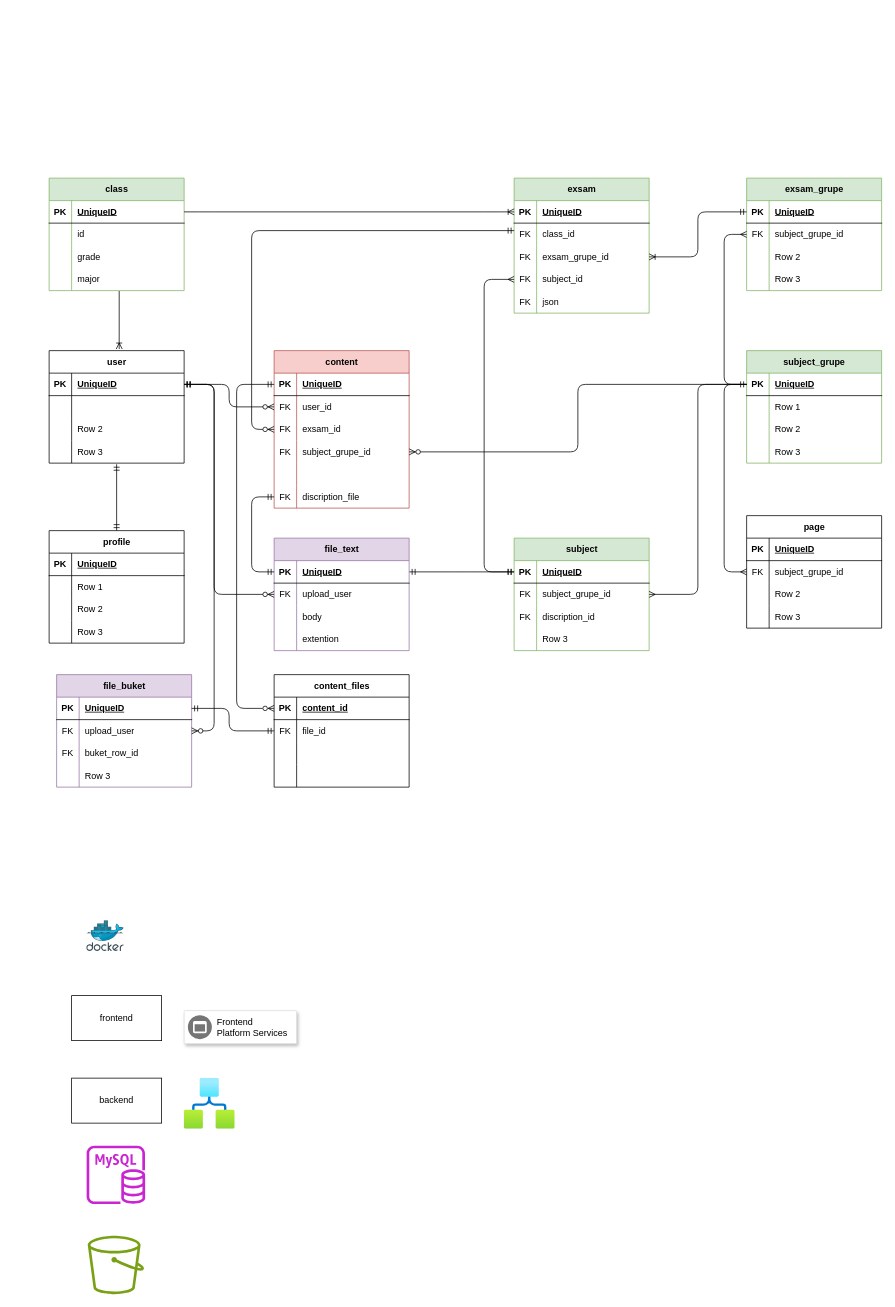
ren255/ResoHub keeps this draw.io diagram as backend/docs/QE.dio. Above is the earlier version. Source tidied: cells renumbered, new cells numbered last; positions are measured from the earlier drawing's top-left corner, leaving out a move shared by most shapes. Both pictures are drawn from the tidied source at 75%, with x=0, y=0 at pixel (49, 178).
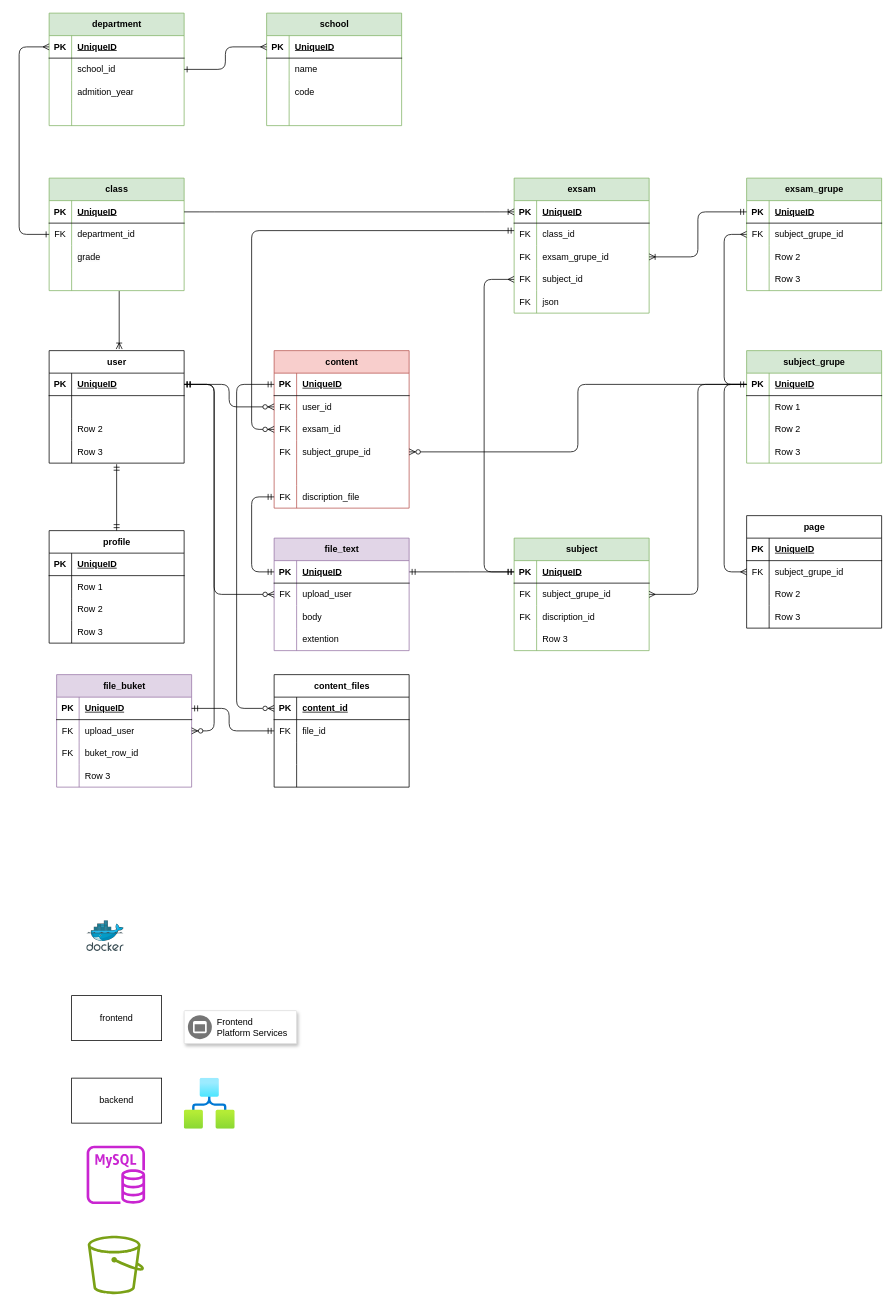
The same page after the edit.

The change refers to these unchanged cells:
```xml
<mxCell id="12" style="shape=tableRow;horizontal=0;startSize=0;swimlaneHead=0;swimlaneBody=0;fillColor=none;points=[[0,0.5],[1,0.5]];portConstraint=eastwest;top=0;left=0;right=0;bottom=0;" parent="8" vertex="1">
  <mxGeometry y="60" width="180" height="30" as="geometry" />
</mxCell>
<mxCell id="15" style="shape=tableRow;horizontal=0;startSize=0;swimlaneHead=0;swimlaneBody=0;fillColor=none;top=0;left=0;right=0;bottom=0;" parent="8" vertex="1">
  <mxGeometry y="90" width="180" height="30" as="geometry" />
</mxCell>
<mxCell id="18" style="shape=tableRow;horizontal=0;startSize=0;swimlaneHead=0;swimlaneBody=0;fillColor=none;points=[[0,0.5],[1,0.5]];portConstraint=eastwest;top=0;left=0;right=0;bottom=0;" parent="8" vertex="1">
  <mxGeometry y="120" width="180" height="30" as="geometry" />
</mxCell>
```

The edit, as a diff of the source:
```diff
@@
-    <mxCell id="13" style="shape=partialRectangle;fillColor=none;top=0;left=0;bottom=0;right=0;overflow=hidden;whiteSpace=wrap;html=1;" parent="12" vertex="1">
+    <mxCell id="13" value="FK" style="shape=partialRectangle;fillColor=none;top=0;left=0;bottom=0;right=0;overflow=hidden;whiteSpace=wrap;html=1;" parent="12" vertex="1">
       <mxGeometry width="30" height="30" as="geometry" />
     </mxCell>
-    <mxCell id="14" value="id" style="shape=partialRectangle;fillColor=none;top=0;left=0;bottom=0;right=0;align=left;spacingLeft=6;overflow=hidden;whiteSpace=wrap;html=1;" parent="12" vertex="1">
+    <mxCell id="14" value="&lt;span style=&quot;color: rgb(0, 0, 0);&quot;&gt;department_id&lt;/span&gt;" style="shape=partialRectangle;fillColor=none;top=0;left=0;bottom=0;right=0;align=left;spacingLeft=6;overflow=hidden;whiteSpace=wrap;html=1;" parent="12" vertex="1">
       <mxGeometry x="30" width="150" height="30" as="geometry" />
     </mxCell>
@@
-    <mxCell id="17" value="grade" style="shape=partialRectangle;fillColor=none;top=0;left=0;bottom=0;right=0;align=left;spacingLeft=6;overflow=hidden;whiteSpace=wrap;html=1;" parent="15" vertex="1">
+    <mxCell id="17" value="&lt;span style=&quot;color: rgb(0, 0, 0); font-family: Helvetica; font-size: 12px; font-style: normal; font-variant-ligatures: normal; font-variant-caps: normal; font-weight: 400; letter-spacing: normal; orphans: 2; text-align: left; text-indent: 0px; text-transform: none; widows: 2; word-spacing: 0px; -webkit-text-stroke-width: 0px; white-space: normal; background-color: rgb(251, 251, 251); text-decoration-thickness: initial; text-decoration-style: initial; text-decoration-color: initial; display: inline !important; float: none;&quot;&gt;grade&lt;/span&gt;" style="shape=partialRectangle;fillColor=none;top=0;left=0;bottom=0;right=0;align=left;spacingLeft=6;overflow=hidden;whiteSpace=wrap;html=1;" parent="15" vertex="1">
       <mxGeometry x="30" width="150" height="30" as="geometry" />
     </mxCell>
@@
-    <mxCell id="20" value="major" style="shape=partialRectangle;fillColor=none;top=0;left=0;bottom=0;right=0;align=left;spacingLeft=6;overflow=hidden;whiteSpace=wrap;html=1;" parent="18" vertex="1">
+    <mxCell id="20" style="shape=partialRectangle;fillColor=none;top=0;left=0;bottom=0;right=0;align=left;spacingLeft=6;overflow=hidden;whiteSpace=wrap;html=1;" parent="18" vertex="1">
       <mxGeometry x="30" width="150" height="30" as="geometry" />
     </mxCell>
@@
+    <mxCell id="193" value="department" style="shape=table;startSize=30;childLayout=tableLayout;rowLines=0;fontStyle=1;align=center;html=1;fillColor=#d5e8d4;strokeColor=#82b366;" parent="1" vertex="1">
+      <mxGeometry y="-220" width="180" height="150" as="geometry" />
+    </mxCell>
+    <mxCell id="194" style="shape=tableRow;horizontal=0;startSize=0;swimlaneHead=0;swimlaneBody=0;fillColor=none;points=[[0,0.5],[1,0.5]];portConstraint=eastwest;top=0;left=0;right=0;bottom=1;" parent="193" vertex="1">
+      <mxGeometry y="30" width="180" height="30" as="geometry" />
+    </mxCell>
+    <mxCell id="195" value="PK" style="shape=partialRectangle;fillColor=none;top=0;left=0;bottom=0;right=0;fontStyle=1;overflow=hidden;whiteSpace=wrap;html=1;" parent="194" vertex="1">
+      <mxGeometry width="30" height="30" as="geometry" />
+    </mxCell>
+    <mxCell id="196" value="UniqueID" style="shape=partialRectangle;fillColor=none;top=0;left=0;bottom=0;right=0;align=left;spacingLeft=6;fontStyle=5;overflow=hidden;whiteSpace=wrap;html=1;" parent="194" vertex="1">
+      <mxGeometry x="30" width="150" height="30" as="geometry" />
+    </mxCell>
+    <mxCell id="197" style="shape=tableRow;horizontal=0;startSize=0;swimlaneHead=0;swimlaneBody=0;fillColor=none;points=[[0,0.5],[1,0.5]];portConstraint=eastwest;top=0;left=0;right=0;bottom=0;" parent="193" vertex="1">
+      <mxGeometry y="60" width="180" height="30" as="geometry" />
+    </mxCell>
+    <mxCell id="198" style="shape=partialRectangle;fillColor=none;top=0;left=0;bottom=0;right=0;overflow=hidden;whiteSpace=wrap;html=1;" parent="197" vertex="1">
+      <mxGeometry width="30" height="30" as="geometry" />
+    </mxCell>
+    <mxCell id="199" value="school_id" style="shape=partialRectangle;fillColor=none;top=0;left=0;bottom=0;right=0;align=left;spacingLeft=6;overflow=hidden;whiteSpace=wrap;html=1;" parent="197" vertex="1">
+      <mxGeometry x="30" width="150" height="30" as="geometry" />
+    </mxCell>
+    <mxCell id="200" style="shape=tableRow;horizontal=0;startSize=0;swimlaneHead=0;swimlaneBody=0;fillColor=none;top=0;left=0;right=0;bottom=0;" parent="193" vertex="1">
+      <mxGeometry y="90" width="180" height="30" as="geometry" />
+    </mxCell>
+    <mxCell id="201" style="shape=partialRectangle;fillColor=none;top=0;left=0;bottom=0;right=0;overflow=hidden;whiteSpace=wrap;html=1;" parent="200" vertex="1">
+      <mxGeometry width="30" height="30" as="geometry" />
+    </mxCell>
+    <mxCell id="202" value="admition_year" style="shape=partialRectangle;fillColor=none;top=0;left=0;bottom=0;right=0;align=left;spacingLeft=6;overflow=hidden;whiteSpace=wrap;html=1;" parent="200" vertex="1">
+      <mxGeometry x="30" width="150" height="30" as="geometry" />
+    </mxCell>
+    <mxCell id="203" style="shape=tableRow;horizontal=0;startSize=0;swimlaneHead=0;swimlaneBody=0;fillColor=none;top=0;left=0;right=0;bottom=0;" parent="193" vertex="1">
+      <mxGeometry y="120" width="180" height="30" as="geometry" />
+    </mxCell>
+    <mxCell id="204" style="shape=partialRectangle;fillColor=none;top=0;left=0;bottom=0;right=0;overflow=hidden;whiteSpace=wrap;html=1;" parent="203" vertex="1">
+      <mxGeometry width="30" height="30" as="geometry" />
+    </mxCell>
+    <mxCell id="205" style="shape=partialRectangle;fillColor=none;top=0;left=0;bottom=0;right=0;align=left;spacingLeft=6;overflow=hidden;whiteSpace=wrap;html=1;" parent="203" vertex="1">
+      <mxGeometry x="30" width="150" height="30" as="geometry" />
+    </mxCell>
+    <mxCell id="206" style="edgeStyle=elbowEdgeStyle;html=1;exitX=0;exitY=0.5;exitDx=0;exitDy=0;entryX=0;entryY=0.5;entryDx=0;entryDy=0;startArrow=ERone;startFill=0;endArrow=ERmany;endFill=0;" parent="1" edge="1" source="12" target="194">
+      <mxGeometry relative="1" as="geometry">
+        <Array as="points">
+          <mxPoint x="-40" y="-60" />
+        </Array>
+      </mxGeometry>
+    </mxCell>
+    <mxCell id="207" value="school" style="shape=table;startSize=30;childLayout=tableLayout;rowLines=0;fontStyle=1;align=center;html=1;fillColor=#d5e8d4;strokeColor=#82b366;" parent="1" vertex="1">
+      <mxGeometry x="290" y="-220" width="180" height="150" as="geometry" />
+    </mxCell>
+    <mxCell id="208" style="shape=tableRow;horizontal=0;startSize=0;swimlaneHead=0;swimlaneBody=0;fillColor=none;points=[[0,0.5],[1,0.5]];portConstraint=eastwest;top=0;left=0;right=0;bottom=1;" parent="207" vertex="1">
+      <mxGeometry y="30" width="180" height="30" as="geometry" />
+    </mxCell>
+    <mxCell id="209" value="PK" style="shape=partialRectangle;fillColor=none;top=0;left=0;bottom=0;right=0;fontStyle=1;overflow=hidden;whiteSpace=wrap;html=1;" parent="208" vertex="1">
+      <mxGeometry width="30" height="30" as="geometry" />
+    </mxCell>
+    <mxCell id="210" value="UniqueID" style="shape=partialRectangle;fillColor=none;top=0;left=0;bottom=0;right=0;align=left;spacingLeft=6;fontStyle=5;overflow=hidden;whiteSpace=wrap;html=1;" parent="208" vertex="1">
+      <mxGeometry x="30" width="150" height="30" as="geometry" />
+    </mxCell>
+    <mxCell id="211" style="shape=tableRow;horizontal=0;startSize=0;swimlaneHead=0;swimlaneBody=0;fillColor=none;top=0;left=0;right=0;bottom=0;" parent="207" vertex="1">
+      <mxGeometry y="60" width="180" height="30" as="geometry" />
+    </mxCell>
+    <mxCell id="212" style="shape=partialRectangle;fillColor=none;top=0;left=0;bottom=0;right=0;overflow=hidden;whiteSpace=wrap;html=1;" parent="211" vertex="1">
+      <mxGeometry width="30" height="30" as="geometry" />
+    </mxCell>
+    <mxCell id="213" value="name" style="shape=partialRectangle;fillColor=none;top=0;left=0;bottom=0;right=0;align=left;spacingLeft=6;overflow=hidden;whiteSpace=wrap;html=1;" parent="211" vertex="1">
+      <mxGeometry x="30" width="150" height="30" as="geometry" />
+    </mxCell>
+    <mxCell id="214" style="shape=tableRow;horizontal=0;startSize=0;swimlaneHead=0;swimlaneBody=0;fillColor=none;top=0;left=0;right=0;bottom=0;" parent="207" vertex="1">
+      <mxGeometry y="90" width="180" height="30" as="geometry" />
+    </mxCell>
+    <mxCell id="215" style="shape=partialRectangle;fillColor=none;top=0;left=0;bottom=0;right=0;overflow=hidden;whiteSpace=wrap;html=1;" parent="214" vertex="1">
+      <mxGeometry width="30" height="30" as="geometry" />
+    </mxCell>
+    <mxCell id="216" value="code" style="shape=partialRectangle;fillColor=none;top=0;left=0;bottom=0;right=0;align=left;spacingLeft=6;overflow=hidden;whiteSpace=wrap;html=1;" parent="214" vertex="1">
+      <mxGeometry x="30" width="150" height="30" as="geometry" />
+    </mxCell>
+    <mxCell id="217" style="shape=tableRow;horizontal=0;startSize=0;swimlaneHead=0;swimlaneBody=0;fillColor=none;top=0;left=0;right=0;bottom=0;" parent="207" vertex="1">
+      <mxGeometry y="120" width="180" height="30" as="geometry" />
+    </mxCell>
+    <mxCell id="218" style="shape=partialRectangle;fillColor=none;top=0;left=0;bottom=0;right=0;overflow=hidden;whiteSpace=wrap;html=1;" parent="217" vertex="1">
+      <mxGeometry width="30" height="30" as="geometry" />
+    </mxCell>
+    <mxCell id="219" style="shape=partialRectangle;fillColor=none;top=0;left=0;bottom=0;right=0;align=left;spacingLeft=6;overflow=hidden;whiteSpace=wrap;html=1;" parent="217" vertex="1">
+      <mxGeometry x="30" width="150" height="30" as="geometry" />
+    </mxCell>
+    <mxCell id="220" style="edgeStyle=orthogonalEdgeStyle;html=1;exitX=1;exitY=0.5;exitDx=0;exitDy=0;entryX=0;entryY=0.5;entryDx=0;entryDy=0;startArrow=ERone;startFill=0;endArrow=ERmany;endFill=0;" parent="1" edge="1" source="197" target="208">
+      <mxGeometry relative="1" as="geometry" />
+    </mxCell>
```
